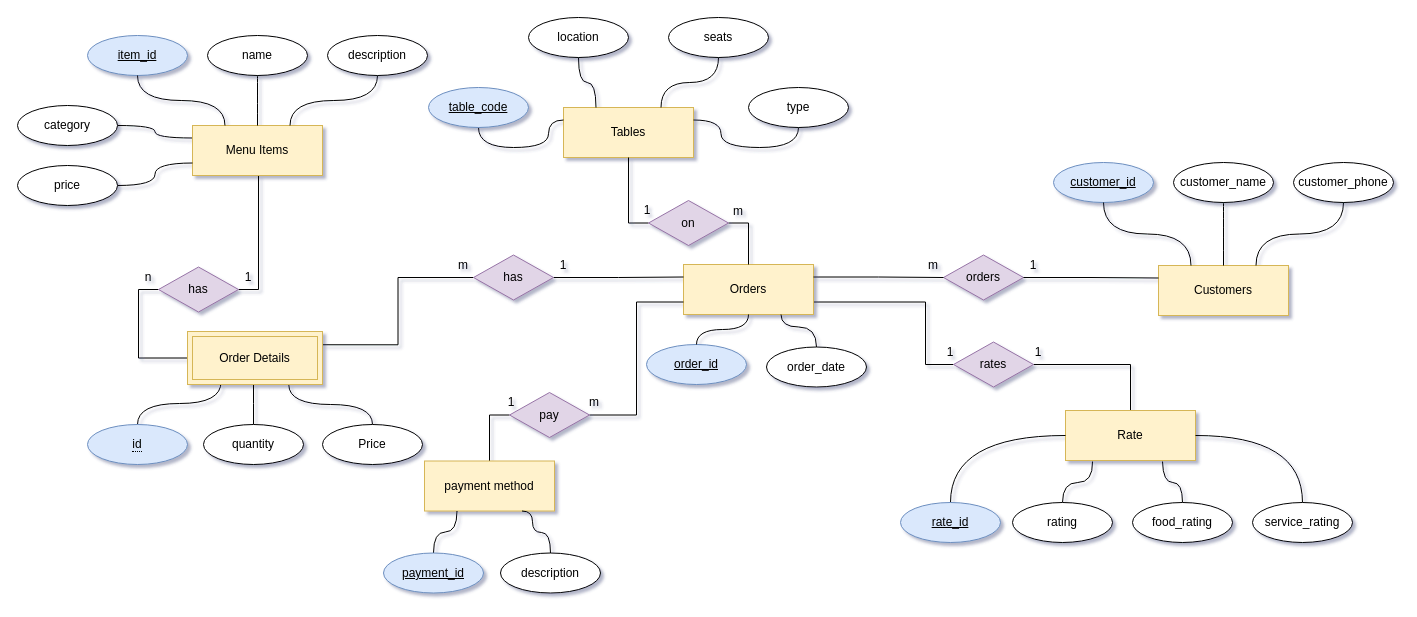
The draw.io diagram ER_diagram.drawio in Mohammed-Abed-Alkareem/Restaurant-Management, before the edit. Source tidied: cells renumbered, new cells numbered last; positions are measured from the earlier drawing's top-left corner, leaving out a move shared by most shapes. Both pictures are drawn from the tidied source at 100%, with x=0, y=0 at pixel (17, 17).
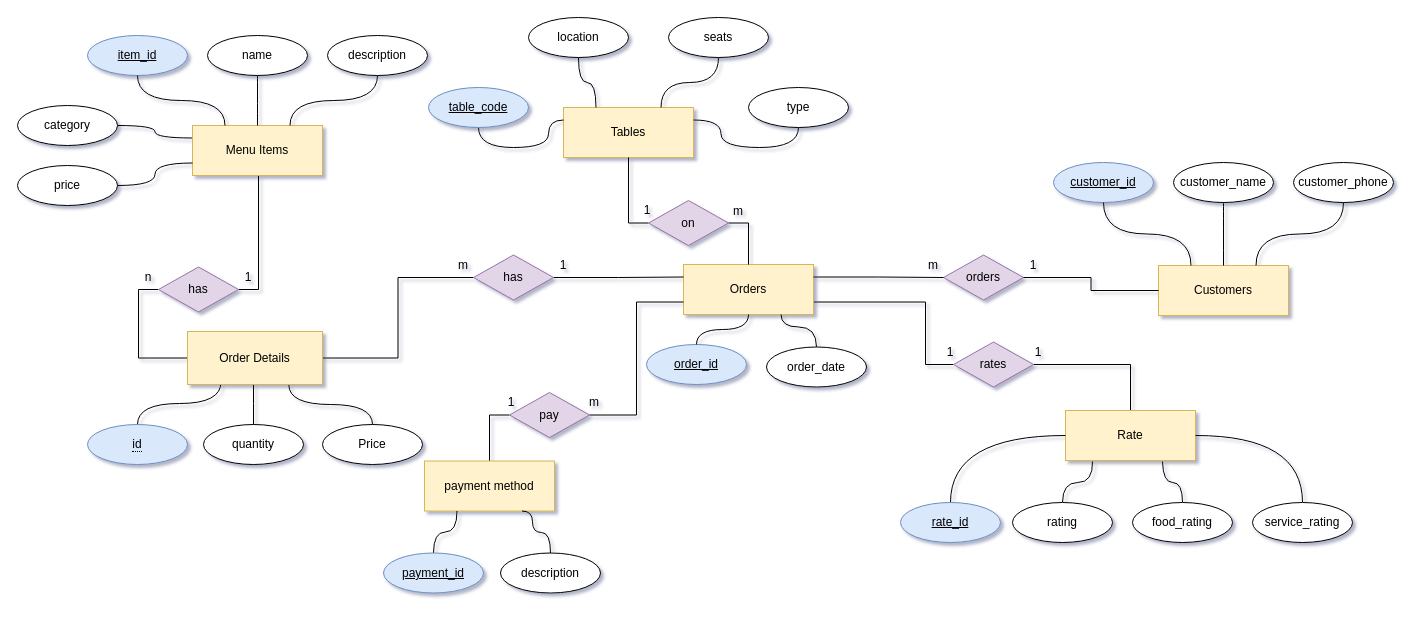
Above is the later version.

The change refers to these unchanged cells:
```xml
<mxCell id="2" value="Customers" style="whiteSpace=wrap;html=1;align=center;fillColor=#fff2cc;strokeColor=#d6b656;" parent="1" vertex="1">
  <mxGeometry x="1141" y="248" width="130" height="50" as="geometry" />
</mxCell>
<mxCell id="13" value="orders" style="shape=rhombus;perimeter=rhombusPerimeter;whiteSpace=wrap;html=1;align=center;fillColor=#e1d5e7;strokeColor=#9673a6;" parent="1" vertex="1">
  <mxGeometry x="926" y="237.5" width="80" height="45" as="geometry" />
</mxCell>
<mxCell id="24" value="has" style="shape=rhombus;perimeter=rhombusPerimeter;whiteSpace=wrap;html=1;align=center;fillColor=#e1d5e7;strokeColor=#9673a6;" parent="1" vertex="1">
  <mxGeometry x="456" y="237.5" width="80" height="45" as="geometry" />
</mxCell>
```

Diff of the diagram source:
```diff
@@
-    <mxCell id="15" style="endArrow=none;html=1;rounded=0;entryX=0;entryY=0.25;entryDx=0;entryDy=0;exitX=1;exitY=0.5;exitDx=0;exitDy=0;edgeStyle=orthogonalEdgeStyle;" parent="1" edge="1" source="13" target="2">
+    <mxCell id="15" style="endArrow=none;html=1;rounded=0;entryX=0;entryY=0.5;entryDx=0;entryDy=0;exitX=1;exitY=0.5;exitDx=0;exitDy=0;edgeStyle=orthogonalEdgeStyle;" parent="1" edge="1" source="13" target="2">
       <mxGeometry relative="1" as="geometry" />
     </mxCell>
@@
-    <mxCell id="23" style="edgeStyle=orthogonalEdgeStyle;rounded=0;jettySize=auto;html=1;exitX=0;exitY=0.5;exitDx=0;exitDy=0;endArrow=none;endFill=0;entryX=1;entryY=0.25;entryDx=0;entryDy=0;" parent="1" edge="1" source="24" target="60">
+    <mxCell id="23" style="edgeStyle=orthogonalEdgeStyle;rounded=0;jettySize=auto;html=1;exitX=0;exitY=0.5;exitDx=0;exitDy=0;endArrow=none;endFill=0;entryX=1;entryY=0.5;entryDx=0;entryDy=0;" parent="1" edge="1" source="24" target="60">
       <mxGeometry relative="1" as="geometry" />
     </mxCell>
@@
-    <mxCell id="60" value="Order Details" style="shape=ext;margin=3;double=1;whiteSpace=wrap;html=1;align=center;fillColor=#fff2cc;strokeColor=#d6b656;" parent="1" vertex="1">
+    <mxCell id="60" value="Order Details" style="whiteSpace=wrap;html=1;align=center;fillColor=#fff2cc;strokeColor=#d6b656;" parent="1" vertex="1">
       <mxGeometry x="170" y="314" width="135" height="53" as="geometry" />
     </mxCell>
```
